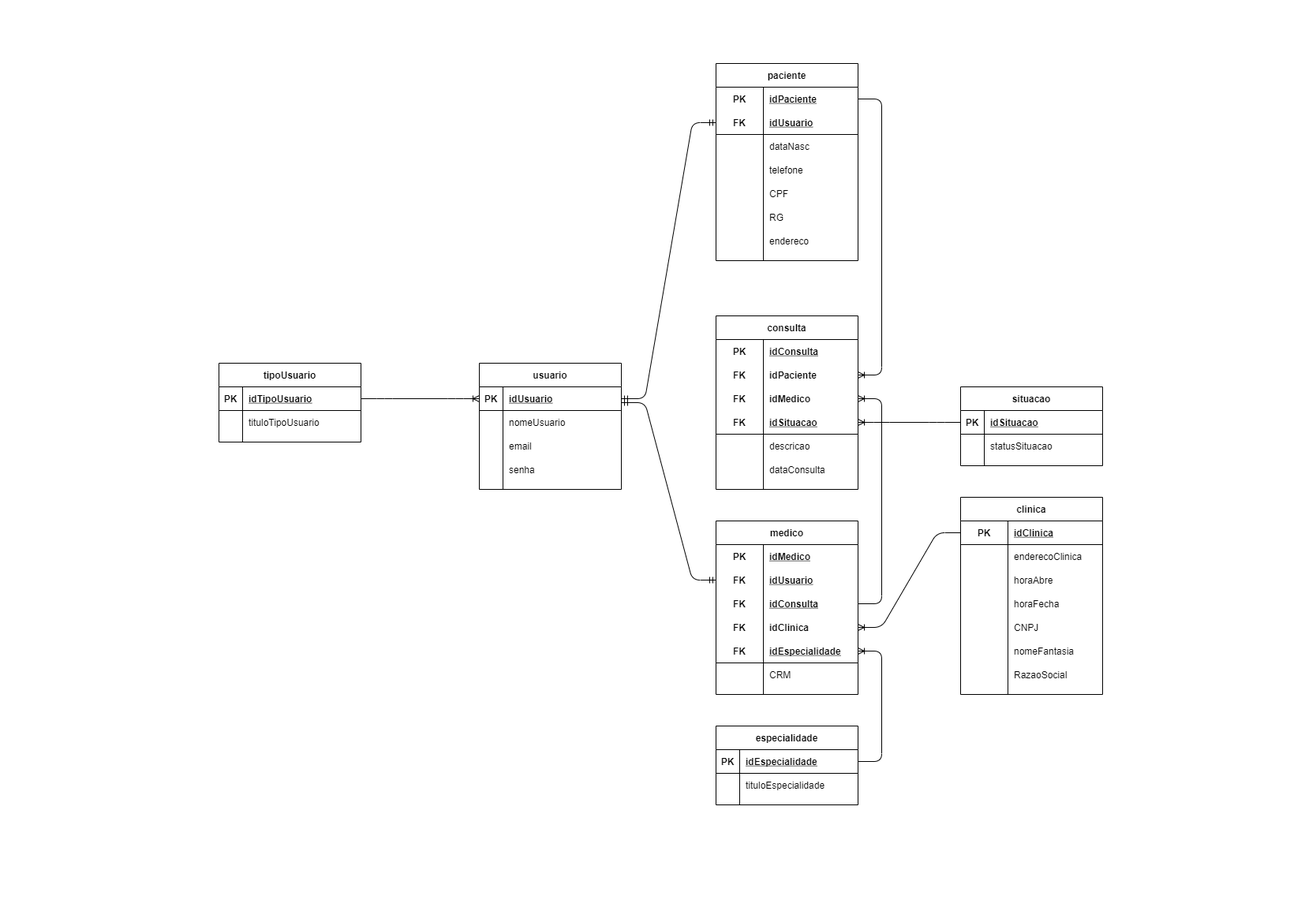
tavinlima/SPMedicalGroup-SENAI keeps this draw.io diagram as MODELAGENS/SpMedGroup-modelagem-logico.png. Above is the earlier version. Source tidied: cells renumbered, new cells last; positions are measured from the earlier drawing's top-left corner, leaving out a move shared by most shapes.
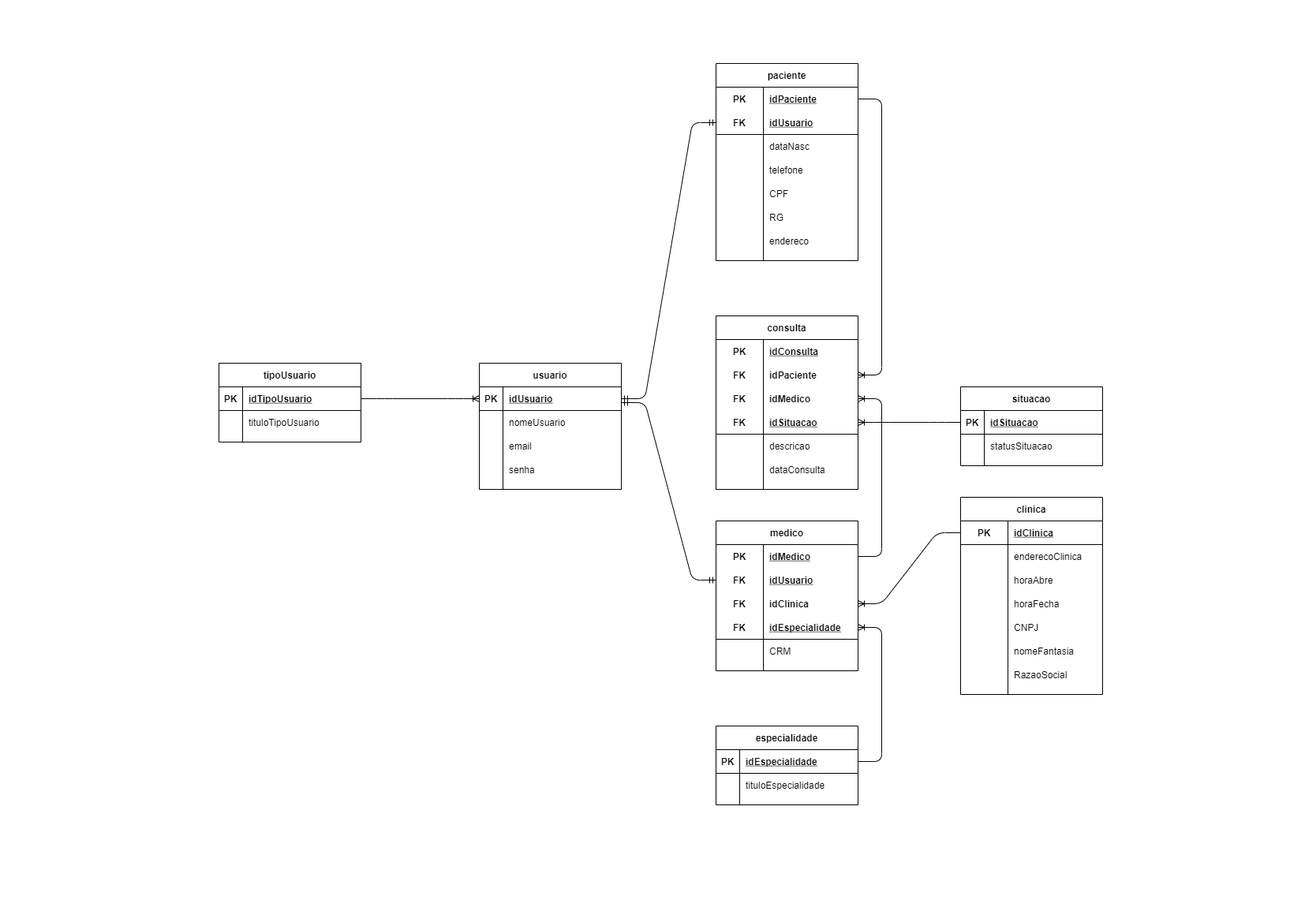
The same diagram one commit later.

Commit message:
Correção da modelagem lógica

The edit, as a diff of the source:
```diff
@@ -45,7 +45,7 @@
       <mxGeometry x="30" width="150" height="30" as="geometry" />
     </mxCell>
     <mxCell id="16" value="medico" style="shape=table;startSize=30;rowLines=0;fontStyle=1;align=center;" parent="1" vertex="1">
-      <mxGeometry x="630" y="580" width="180" height="220" as="geometry" />
+      <mxGeometry x="630" y="580" width="180" height="190" as="geometry" />
     </mxCell>
     <mxCell id="17" style="shape=partialRectangle;fillColor=none;top=0;left=0;bottom=0;right=0;points=[[0,0.5],[1,0.5]];portConstraint=eastwest;" parent="16" vertex="1">
       <mxGeometry y="30" width="180" height="30" as="geometry" />
@@ -65,17 +65,8 @@
     <mxCell id="22" value="idUsuario" style="shape=partialRectangle;fillColor=none;top=0;left=0;bottom=0;right=0;align=left;spacingLeft=6;fontStyle=5;overflow=hidden;" parent="20" vertex="1">
       <mxGeometry x="60" width="120" height="30" as="geometry" />
     </mxCell>
-    <mxCell id="23" style="shape=partialRectangle;fillColor=none;top=0;left=0;bottom=0;right=0;points=[[0,0.5],[1,0.5]];portConstraint=eastwest;" parent="16" vertex="1">
-      <mxGeometry y="90" width="180" height="30" as="geometry" />
-    </mxCell>
-    <mxCell id="24" value="FK" style="shape=partialRectangle;fillColor=none;top=0;left=0;bottom=0;right=0;fontStyle=1;overflow=hidden;" parent="23" vertex="1">
-      <mxGeometry width="60" height="30" as="geometry" />
-    </mxCell>
-    <mxCell id="25" value="idConsulta" style="shape=partialRectangle;fillColor=none;top=0;left=0;bottom=0;right=0;align=left;spacingLeft=6;fontStyle=5;overflow=hidden;" parent="23" vertex="1">
-      <mxGeometry x="60" width="120" height="30" as="geometry" />
-    </mxCell>
     <mxCell id="26" style="shape=partialRectangle;fillColor=none;top=0;left=0;bottom=0;right=0;points=[[0,0.5],[1,0.5]];portConstraint=eastwest;" parent="16" vertex="1">
-      <mxGeometry y="120" width="180" height="30" as="geometry" />
+      <mxGeometry y="90" width="180" height="30" as="geometry" />
     </mxCell>
     <mxCell id="27" value="FK" style="shape=partialRectangle;fillColor=none;top=0;left=0;bottom=0;right=0;fontStyle=1;overflow=hidden;" parent="26" vertex="1">
       <mxGeometry width="60" height="30" as="geometry" />
@@ -84,7 +75,7 @@
       <mxGeometry x="60" width="120" height="30" as="geometry" />
     </mxCell>
     <mxCell id="29" style="shape=partialRectangle;fillColor=none;top=0;left=0;bottom=1;right=0;points=[[0,0.5],[1,0.5]];portConstraint=eastwest;" parent="16" vertex="1">
-      <mxGeometry y="150" width="180" height="30" as="geometry" />
+      <mxGeometry y="120" width="180" height="30" as="geometry" />
     </mxCell>
     <mxCell id="30" value="FK" style="shape=partialRectangle;fillColor=none;top=0;left=0;bottom=0;right=0;fontStyle=1;overflow=hidden;" parent="29" vertex="1">
       <mxGeometry width="60" height="30" as="geometry" />
@@ -93,7 +84,7 @@
       <mxGeometry x="60" width="120" height="30" as="geometry" />
     </mxCell>
     <mxCell id="32" style="shape=partialRectangle;fillColor=none;top=0;left=0;bottom=0;right=0;" parent="16" vertex="1">
-      <mxGeometry y="180" width="180" height="30" as="geometry" />
+      <mxGeometry y="150" width="180" height="30" as="geometry" />
     </mxCell>
     <mxCell id="33" style="shape=partialRectangle;fillColor=none;top=0;left=0;bottom=0;right=0;overflow=hidden;" parent="32" vertex="1">
       <mxGeometry width="60" height="30" as="geometry" />
@@ -347,7 +338,7 @@
     <mxCell id="116" style="edgeStyle=entityRelationEdgeStyle;fontSize=12;html=1;endArrow=ERmandOne;startArrow=ERmandOne;exitX=1;exitY=0.667;exitDx=0;exitDy=0;exitPerimeter=0;entryX=0;entryY=0.5;entryDx=0;entryDy=0;" parent="1" edge="1" source="81" target="20">
       <mxGeometry relative="1" as="geometry" />
     </mxCell>
-    <mxCell id="117" style="edgeStyle=entityRelationEdgeStyle;fontSize=12;html=1;endArrow=ERoneToMany;entryX=1;entryY=0.5;entryDx=0;entryDy=0;exitX=1;exitY=0.5;exitDx=0;exitDy=0;" parent="1" edge="1" source="23" target="64">
+    <mxCell id="117" style="edgeStyle=entityRelationEdgeStyle;fontSize=12;html=1;endArrow=ERoneToMany;entryX=1;entryY=0.5;entryDx=0;entryDy=0;exitX=1;exitY=0.5;exitDx=0;exitDy=0;" parent="1" edge="1" source="17" target="64">
       <mxGeometry relative="1" as="geometry" />
     </mxCell>
     <mxCell id="118" value="tipoUsuario" style="shape=table;startSize=30;rowLines=0;fontStyle=1;align=center;" parent="1" vertex="1">
```
